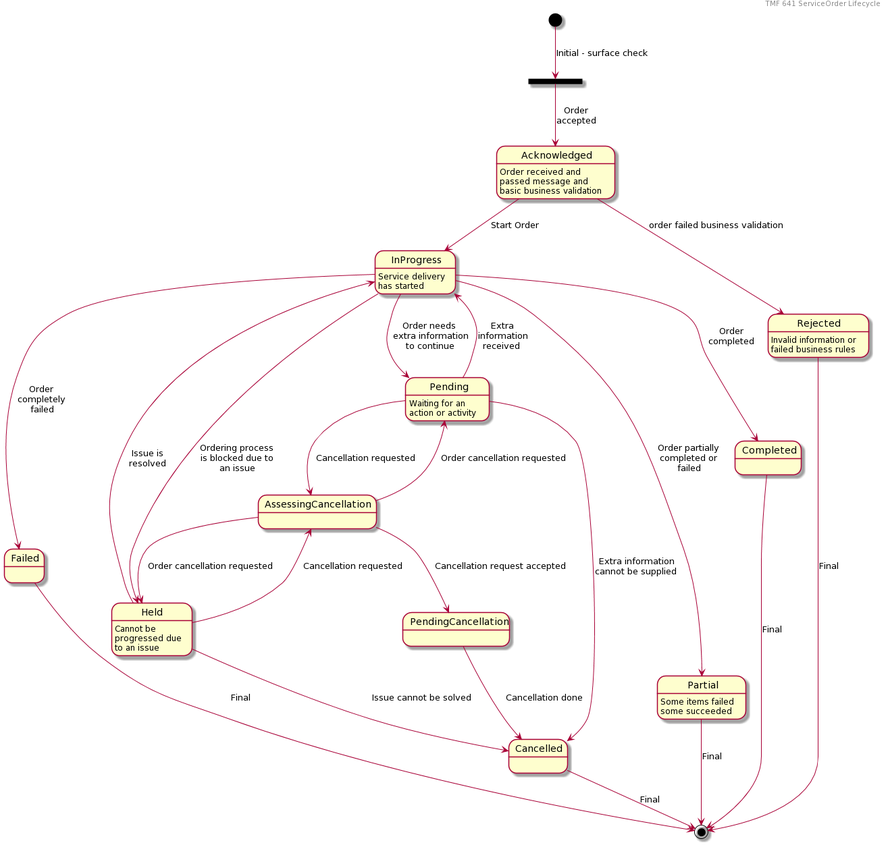
Before: apis/TMF641_Service_Ordering/documentation/diagrams/Lifecycle_ServiceOrder.png, a diagram exported from PlantUML (tmforum-apis/Open_Api_And_Data_Model).
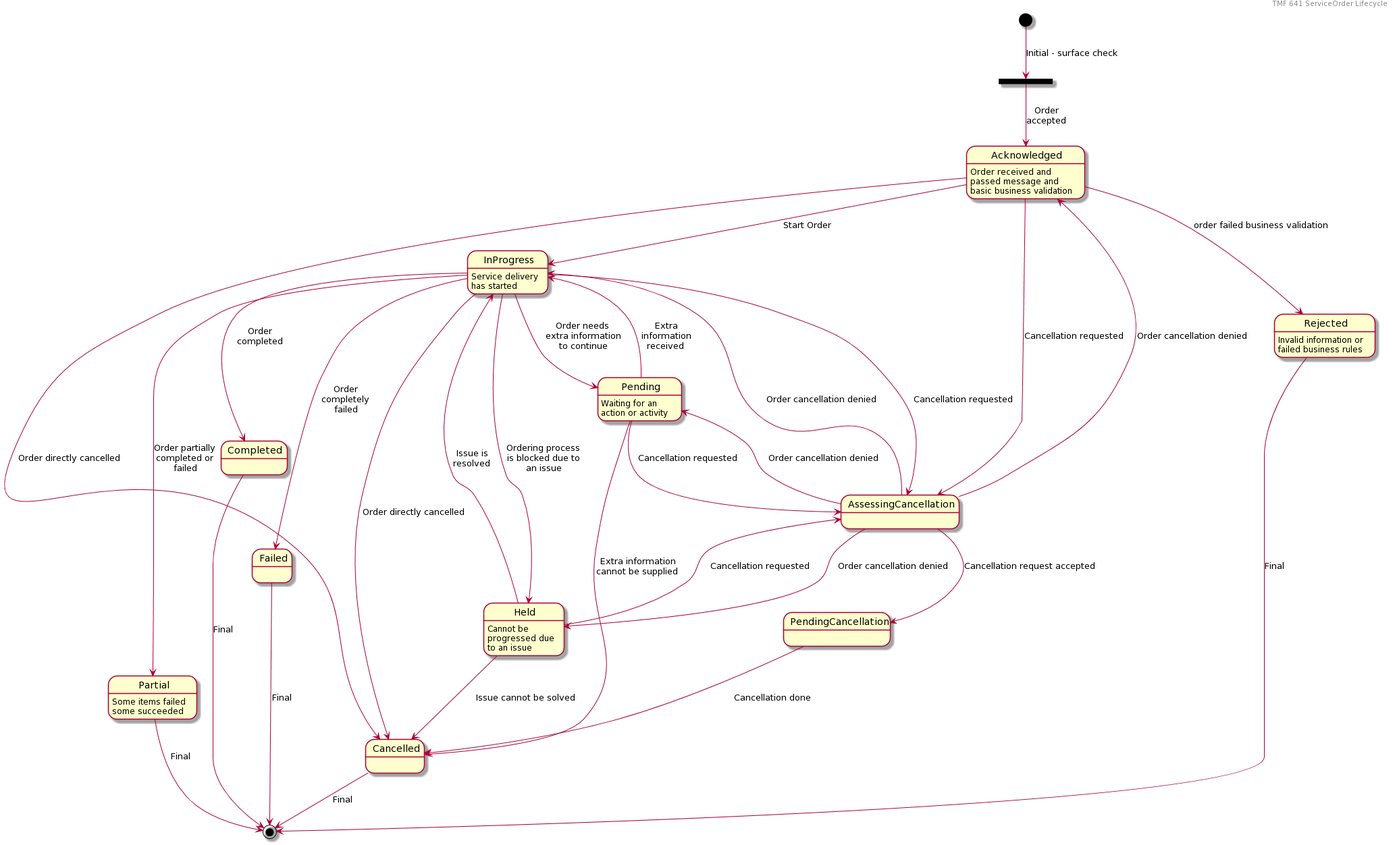
Later version of the same file.

Diff of the diagram source:
```diff
@@ -21,8 +21,17 @@
 AssessingCancellation --> PendingCancellation: Cancellation request accepted
 Pending --> AssessingCancellation: Cancellation requested
 Held --> AssessingCancellation: Cancellation requested
-AssessingCancellation --> Pending: Order cancellation requested
-AssessingCancellation --> Held: Order cancellation requested
+AssessingCancellation --> Pending: Order cancellation denied
+AssessingCancellation --> Held: Order cancellation denied
+Acknowledged --> AssessingCancellation: Cancellation requested
+InProgress --> AssessingCancellation: Cancellation requested
+
+Acknowledged --> Cancelled: Order directly cancelled
+InProgress --> Cancelled: Order directly cancelled
+
+AssessingCancellation --> InProgress:  Order cancellation denied
+AssessingCancellation --> Acknowledged:  Order cancellation denied
+
 
 Completed --> [*]: Final
 Failed --> [*]: Final
```
